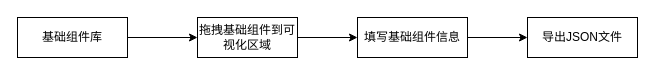
Above: 第四章/Schema 生成器流程图.drawio in yuxinyu12345/diagrams (draw.io), before the change. Source tidied: cells renumbered, new cells numbered last; positions are measured from the earlier drawing's top-left corner, leaving out a move shared by most shapes. Both pictures are drawn from the tidied source at 100%, with x=0, y=0 at pixel (17, 17).
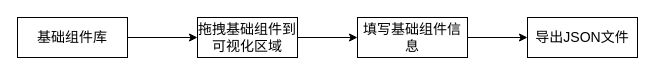
After the change.

Commit message:
更新Schema 生成器流程图.drawio

Diff of the diagram source:
```diff
@@
 <mxGraphModel>
   <root>
     <mxCell id="0" />
     <mxCell id="1" parent="0" />
-    <mxCell id="2" style="edgeStyle=orthogonalEdgeStyle;rounded=0;jettySize=auto;html=1;exitX=1;exitY=0.5;exitDx=0;exitDy=0;entryX=0;entryY=0.5;entryDx=0;entryDy=0;" parent="1" edge="1" source="3" target="5">
+    <mxCell id="2" style="edgeStyle=orthogonalEdgeStyle;rounded=0;jettySize=auto;html=1;exitX=1;exitY=0.5;exitDx=0;exitDy=0;entryX=0;entryY=0.5;entryDx=0;entryDy=0;fontSize=14;" parent="1" edge="1" source="3" target="5">
       <mxGeometry relative="1" as="geometry" />
     </mxCell>
-    <mxCell id="3" value="基础组件库" style="rounded=0;whiteSpace=wrap;html=1;" parent="1" vertex="1">
+    <mxCell id="3" value="基础组件库" style="rounded=0;whiteSpace=wrap;html=1;fontSize=14;" parent="1" vertex="1">
       <mxGeometry width="110" height="40" as="geometry" />
     </mxCell>
-    <mxCell id="4" style="edgeStyle=orthogonalEdgeStyle;rounded=0;jettySize=auto;html=1;exitX=1;exitY=0.5;exitDx=0;exitDy=0;" parent="1" edge="1" source="5" target="7">
+    <mxCell id="4" style="edgeStyle=orthogonalEdgeStyle;rounded=0;jettySize=auto;html=1;exitX=1;exitY=0.5;exitDx=0;exitDy=0;fontSize=14;" parent="1" edge="1" source="5" target="7">
       <mxGeometry relative="1" as="geometry" />
     </mxCell>
-    <mxCell id="5" value="拖拽基础组件到可视化区域" style="rounded=0;whiteSpace=wrap;html=1;" parent="1" vertex="1">
+    <mxCell id="5" value="拖拽基础组件到可视化区域" style="rounded=0;whiteSpace=wrap;html=1;fontSize=14;" parent="1" vertex="1">
       <mxGeometry x="180" width="100" height="40" as="geometry" />
     </mxCell>
-    <mxCell id="6" style="edgeStyle=orthogonalEdgeStyle;rounded=0;jettySize=auto;html=1;exitX=1;exitY=0.5;exitDx=0;exitDy=0;entryX=0;entryY=0.5;entryDx=0;entryDy=0;" parent="1" edge="1" source="7" target="8">
+    <mxCell id="6" style="edgeStyle=orthogonalEdgeStyle;rounded=0;jettySize=auto;html=1;exitX=1;exitY=0.5;exitDx=0;exitDy=0;entryX=0;entryY=0.5;entryDx=0;entryDy=0;fontSize=14;" parent="1" edge="1" source="7" target="8">
       <mxGeometry relative="1" as="geometry" />
     </mxCell>
-    <mxCell id="7" value="填写基础组件信息" style="rounded=0;whiteSpace=wrap;html=1;" parent="1" vertex="1">
+    <mxCell id="7" value="填写基础组件信息" style="rounded=0;whiteSpace=wrap;html=1;fontSize=14;" parent="1" vertex="1">
       <mxGeometry x="340" width="110" height="40" as="geometry" />
     </mxCell>
-    <mxCell id="8" value="导出JSON文件" style="rounded=0;whiteSpace=wrap;html=1;" parent="1" vertex="1">
+    <mxCell id="8" value="导出JSON文件" style="rounded=0;whiteSpace=wrap;html=1;fontSize=14;" parent="1" vertex="1">
       <mxGeometry x="510" width="110" height="40" as="geometry" />
     </mxCell>
   </root>
 </mxGraphModel>
```
